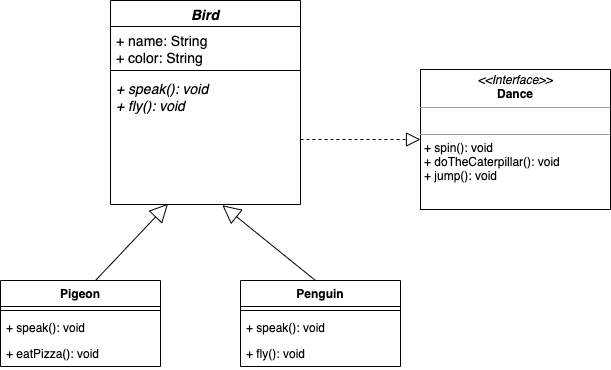
Above: solutions/activity_5_exercise_5.1.png in sheryjebu/introduction-to-oop (draw.io), before the change. Source tidied: cells renumbered, new cells last; positions are measured from the earlier drawing's top-left corner, leaving out a move shared by most shapes.
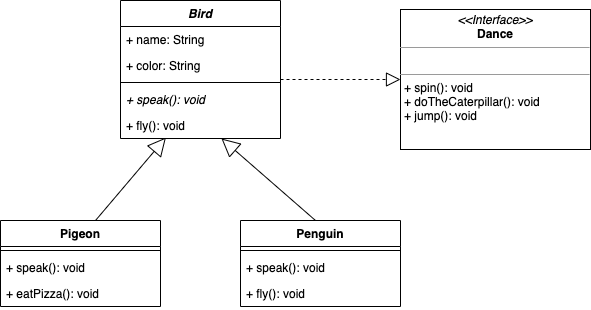
After the commit.

Commit message:
Adds fixes to UML diagrams

The edit, as a diff of the source:
```diff
@@ -1,60 +1,66 @@
 <mxGraphModel>
   <root>
-    <mxCell id="0" />
-    <mxCell id="1" parent="0" />
-    <mxCell id="2" value="Bird" style="swimlane;fontStyle=3;align=center;verticalAlign=top;horizontal=1;startSize=26;fontSize=14;" parent="1" vertex="1">
-      <mxGeometry x="110" width="190" height="204" as="geometry" />
-    </mxCell>
-    <mxCell id="3" value="+ name: String&#10;+ color: String" style="text;strokeColor=none;fillColor=none;align=left;verticalAlign=top;spacingLeft=4;spacingRight=4;overflow=hidden;fontSize=14;" parent="2" vertex="1">
-      <mxGeometry y="26" width="190" height="40" as="geometry" />
-    </mxCell>
-    <mxCell id="4" style="line;strokeWidth=1;fillColor=none;align=left;verticalAlign=middle;spacingTop=-1;spacingLeft=3;spacingRight=3;labelPosition=right;" parent="2" vertex="1">
-      <mxGeometry y="66" width="190" height="8" as="geometry" />
-    </mxCell>
-    <mxCell id="5" value="+ speak(): void&#10;+ fly(): void" style="text;strokeColor=none;fillColor=none;align=left;verticalAlign=top;spacingLeft=4;spacingRight=4;overflow=hidden;points=[[0,0.5],[1,0.5]];portConstraint=eastwest;fontSize=14;fontStyle=2;" parent="2" vertex="1">
-      <mxGeometry y="74" width="190" height="130" as="geometry" />
-    </mxCell>
-    <mxCell id="6" style="endArrow=block;endSize=16;endFill=0;html=1;fontSize=14;exitX=0.5;exitY=0;exitDx=0;exitDy=0;entryX=0.303;entryY=0.994;entryDx=0;entryDy=0;entryPerimeter=0;" parent="1" edge="1" target="5">
-      <mxGeometry relative="1" as="geometry">
-        <mxPoint x="95" y="280" as="sourcePoint" />
-      </mxGeometry>
-    </mxCell>
-    <mxCell id="7" style="endArrow=block;endSize=16;endFill=0;html=1;fontSize=14;entryX=0.589;entryY=1.006;entryDx=0;entryDy=0;entryPerimeter=0;exitX=0.5;exitY=0;exitDx=0;exitDy=0;" parent="1" edge="1" target="5">
-      <mxGeometry relative="1" as="geometry">
-        <mxPoint x="315" y="280" as="sourcePoint" />
-      </mxGeometry>
-    </mxCell>
+    <mxCell id="18" />
+    <mxCell id="19" parent="18" />
+    <mxCell id="20" style="endArrow=block;endSize=16;endFill=0;html=1;fontSize=14;exitX=0.5;exitY=0;exitDx=0;exitDy=0;entryX=0.284;entryY=0.962;entryDx=0;entryDy=0;entryPerimeter=0;" parent="19" edge="1" target="30">
+      <mxGeometry relative="1" as="geometry">
+        <mxPoint x="95" y="280" as="sourcePoint" />
+      </mxGeometry>
+    </mxCell>
+    <mxCell id="21" style="endArrow=block;endSize=16;endFill=0;html=1;fontSize=14;entryX=0.631;entryY=1;entryDx=0;entryDy=0;entryPerimeter=0;exitX=0.5;exitY=0;exitDx=0;exitDy=0;" parent="19" edge="1" target="30">
+      <mxGeometry relative="1" as="geometry">
+        <mxPoint x="315" y="280" as="sourcePoint" />
+      </mxGeometry>
+    </mxCell>
-    <mxCell id="8" value="Pigeon" style="swimlane;fontStyle=1;align=center;verticalAlign=top;horizontal=1;startSize=26;" parent="1" vertex="1">
+    <mxCell id="8" value="Pigeon" style="swimlane;fontStyle=1;align=center;verticalAlign=top;horizontal=1;startSize=26;" parent="19" vertex="1">
       <mxGeometry y="280" width="160" height="86" as="geometry" />
     </mxCell>
-    <mxCell id="9" style="line;strokeWidth=1;fillColor=none;align=left;verticalAlign=middle;spacingTop=-1;spacingLeft=3;spacingRight=3;labelPosition=right;" parent="8" vertex="1">
-      <mxGeometry y="26" width="160" height="8" as="geometry" />
-    </mxCell>
-    <mxCell id="10" value="+ speak(): void" style="text;strokeColor=none;fillColor=none;align=left;verticalAlign=top;spacingLeft=4;spacingRight=4;overflow=hidden;" parent="8" vertex="1">
-      <mxGeometry y="34" width="160" height="26" as="geometry" />
-    </mxCell>
+    <mxCell id="22" style="line;strokeWidth=1;fillColor=none;align=left;verticalAlign=middle;spacingTop=-1;spacingLeft=3;spacingRight=3;labelPosition=right;" parent="8" vertex="1">
+      <mxGeometry y="26" width="160" height="8" as="geometry" />
+    </mxCell>
+    <mxCell id="23" value="+ speak(): void" style="text;strokeColor=none;fillColor=none;align=left;verticalAlign=top;spacingLeft=4;spacingRight=4;overflow=hidden;" parent="8" vertex="1">
+      <mxGeometry y="34" width="160" height="26" as="geometry" />
+    </mxCell>
     <mxCell id="11" value="+ eatPizza(): void" style="text;strokeColor=none;fillColor=none;align=left;verticalAlign=top;spacingLeft=4;spacingRight=4;overflow=hidden;" parent="8" vertex="1">
       <mxGeometry y="60" width="160" height="26" as="geometry" />
     </mxCell>
-    <mxCell id="12" value="Penguin" style="swimlane;fontStyle=1;align=center;verticalAlign=top;horizontal=1;startSize=26;" parent="1" vertex="1">
+    <mxCell id="12" value="Penguin" style="swimlane;fontStyle=1;align=center;verticalAlign=top;horizontal=1;startSize=26;" parent="19" vertex="1">
       <mxGeometry x="240" y="280" width="160" height="86" as="geometry" />
     </mxCell>
-    <mxCell id="13" style="line;strokeWidth=1;fillColor=none;align=left;verticalAlign=middle;spacingTop=-1;spacingLeft=3;spacingRight=3;labelPosition=right;" parent="12" vertex="1">
-      <mxGeometry y="26" width="160" height="8" as="geometry" />
-    </mxCell>
-    <mxCell id="14" value="+ speak(): void" style="text;strokeColor=none;fillColor=none;align=left;verticalAlign=top;spacingLeft=4;spacingRight=4;overflow=hidden;" parent="12" vertex="1">
-      <mxGeometry y="34" width="160" height="26" as="geometry" />
-    </mxCell>
+    <mxCell id="24" style="line;strokeWidth=1;fillColor=none;align=left;verticalAlign=middle;spacingTop=-1;spacingLeft=3;spacingRight=3;labelPosition=right;" parent="12" vertex="1">
+      <mxGeometry y="26" width="160" height="8" as="geometry" />
+    </mxCell>
+    <mxCell id="25" value="+ speak(): void" style="text;strokeColor=none;fillColor=none;align=left;verticalAlign=top;spacingLeft=4;spacingRight=4;overflow=hidden;" parent="12" vertex="1">
+      <mxGeometry y="34" width="160" height="26" as="geometry" />
+    </mxCell>
     <mxCell id="15" value="+ fly(): void" style="text;strokeColor=none;fillColor=none;align=left;verticalAlign=top;spacingLeft=4;spacingRight=4;overflow=hidden;" parent="12" vertex="1">
       <mxGeometry y="60" width="160" height="26" as="geometry" />
     </mxCell>
+    <mxCell id="2" value="Bird" style="swimlane;fontStyle=3;align=center;verticalAlign=top;horizontal=1;startSize=26;" parent="19" vertex="1">
+      <mxGeometry x="120" y="60" width="160" height="138" as="geometry" />
+    </mxCell>
+    <mxCell id="26" value="+ name: String" style="text;strokeColor=none;fillColor=none;align=left;verticalAlign=top;spacingLeft=4;spacingRight=4;overflow=hidden;" parent="2" vertex="1">
+      <mxGeometry y="26" width="160" height="26" as="geometry" />
+    </mxCell>
+    <mxCell id="27" value="+ color: String" style="text;strokeColor=none;fillColor=none;align=left;verticalAlign=top;spacingLeft=4;spacingRight=4;overflow=hidden;" parent="2" vertex="1">
+      <mxGeometry y="52" width="160" height="26" as="geometry" />
+    </mxCell>
+    <mxCell id="28" style="line;strokeWidth=1;fillColor=none;align=left;verticalAlign=middle;spacingTop=-1;spacingLeft=3;spacingRight=3;labelPosition=right;" parent="2" vertex="1">
+      <mxGeometry y="78" width="160" height="8" as="geometry" />
+    </mxCell>
+    <mxCell id="29" value="+ speak(): void" style="text;strokeColor=none;fillColor=none;align=left;verticalAlign=top;spacingLeft=4;spacingRight=4;overflow=hidden;fontStyle=2;" parent="2" vertex="1">
+      <mxGeometry y="86" width="160" height="26" as="geometry" />
+    </mxCell>
+    <mxCell id="30" value="+ fly(): void" style="text;strokeColor=none;fillColor=none;align=left;verticalAlign=top;spacingLeft=4;spacingRight=4;overflow=hidden;points=[[0,0.5],[1,0.5]];portConstraint=eastwest;fontStyle=0;" parent="2" vertex="1">
+      <mxGeometry y="112" width="160" height="26" as="geometry" />
+    </mxCell>
-    <mxCell id="16" value="&lt;p style=&quot;margin: 0px ; margin-top: 4px ; text-align: center&quot;&gt;&lt;i&gt;&amp;lt;&amp;lt;Interface&amp;gt;&amp;gt;&lt;/i&gt;&lt;br&gt;&lt;b&gt;Dance&lt;/b&gt;&lt;/p&gt;&lt;hr size=&quot;1&quot;&gt;&lt;p style=&quot;margin: 0px ; margin-left: 4px&quot;&gt;&lt;br&gt;&lt;/p&gt;&lt;hr size=&quot;1&quot;&gt;&lt;p style=&quot;margin: 0px ; margin-left: 4px&quot;&gt;+ spin(): void&lt;br&gt;+ doTheCaterpillar(): void&lt;/p&gt;&lt;p style=&quot;margin: 0px ; margin-left: 4px&quot;&gt;+ jump(): void&lt;br&gt;&lt;/p&gt;" style="verticalAlign=top;align=left;overflow=fill;fontSize=12;fontFamily=Helvetica;html=1;" parent="1" vertex="1">
-      <mxGeometry x="420" y="69" width="190" height="140" as="geometry" />
+    <mxCell id="16" value="&lt;p style=&quot;margin: 0px ; margin-top: 4px ; text-align: center&quot;&gt;&lt;i&gt;&amp;lt;&amp;lt;Interface&amp;gt;&amp;gt;&lt;/i&gt;&lt;br&gt;&lt;b&gt;Dance&lt;/b&gt;&lt;/p&gt;&lt;hr size=&quot;1&quot;&gt;&lt;p style=&quot;margin: 0px ; margin-left: 4px&quot;&gt;&lt;br&gt;&lt;/p&gt;&lt;hr size=&quot;1&quot;&gt;&lt;p style=&quot;margin: 0px ; margin-left: 4px&quot;&gt;+ spin(): void&lt;br&gt;+ doTheCaterpillar(): void&lt;/p&gt;&lt;p style=&quot;margin: 0px ; margin-left: 4px&quot;&gt;+ jump(): void&lt;br&gt;&lt;/p&gt;" style="verticalAlign=top;align=left;overflow=fill;fontSize=12;fontFamily=Helvetica;html=1;" parent="19" vertex="1">
+      <mxGeometry x="400" y="69" width="190" height="140" as="geometry" />
     </mxCell>
-    <mxCell id="17" style="endArrow=block;dashed=1;endFill=0;endSize=12;html=1;fontSize=14;exitX=1;exitY=0.5;exitDx=0;exitDy=0;entryX=0;entryY=0.5;entryDx=0;entryDy=0;" parent="1" edge="1" target="16">
-      <mxGeometry relative="1" as="geometry">
-        <mxPoint x="300" y="139" as="sourcePoint" />
-      </mxGeometry>
-    </mxCell>
+    <mxCell id="31" style="endArrow=block;dashed=1;endFill=0;endSize=12;html=1;fontSize=14;exitX=1;exitY=0.5;exitDx=0;exitDy=0;entryX=0;entryY=0.5;entryDx=0;entryDy=0;" parent="19" edge="1" target="16">
+      <mxGeometry relative="1" as="geometry">
+        <mxPoint x="280" y="139" as="sourcePoint" />
+      </mxGeometry>
+    </mxCell>
   </root>
 </mxGraphModel>
```
